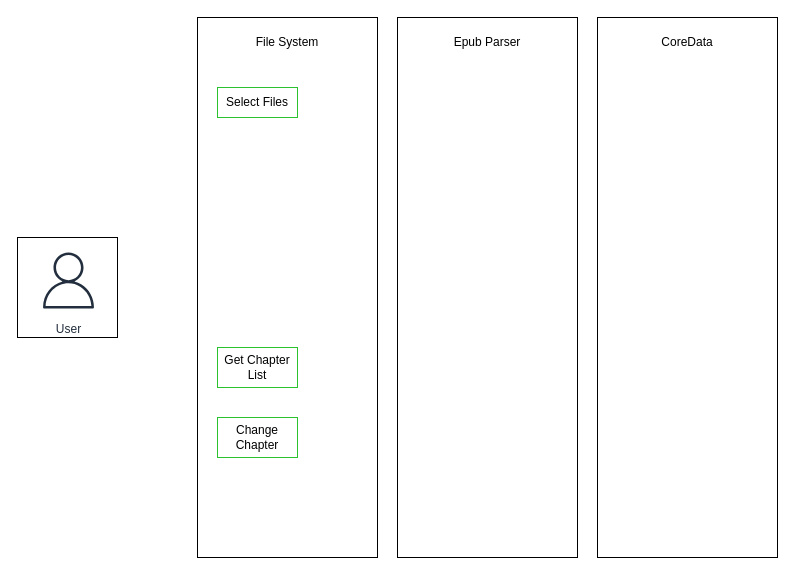
This is BookHarbourTechnicalArchitecture.drawio from gasawase/BookHarbour, a draw.io file, before an edit. Source tidied: cells renumbered, new cells numbered last; positions are measured from the earlier drawing's top-left corner, leaving out a move shared by most shapes. Both pictures are drawn from the tidied source at 100%, with x=0, y=0 at pixel (17, 27).
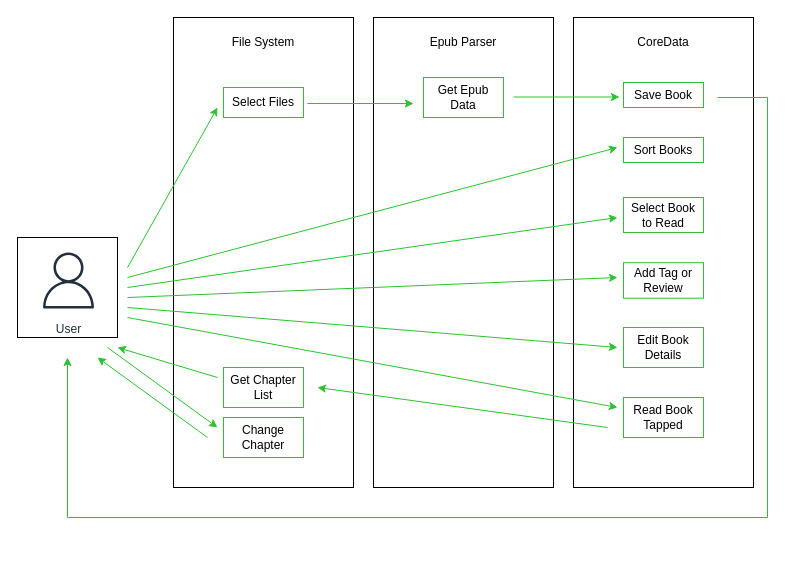
Above is the later version.

What changed in the source:
```diff
@@
     <mxCell id="4" style="rounded=0;whiteSpace=wrap;html=1;rotation=90;" parent="1" vertex="1">
-      <mxGeometry y="170" width="540" height="180" as="geometry" />
+      <mxGeometry x="11" y="135" width="470" height="180" as="geometry" />
     </mxCell>
     <mxCell id="5" style="rounded=0;whiteSpace=wrap;html=1;rotation=90;" parent="1" vertex="1">
-      <mxGeometry x="400" y="170" width="540" height="180" as="geometry" />
+      <mxGeometry x="411" y="135" width="470" height="180" as="geometry" />
     </mxCell>
     <mxCell id="6" style="rounded=0;whiteSpace=wrap;html=1;rotation=90;" parent="1" vertex="1">
-      <mxGeometry x="200" y="170" width="540" height="180" as="geometry" />
+      <mxGeometry x="211" y="135" width="470" height="180" as="geometry" />
     </mxCell>
     <mxCell id="7" value="File System" style="text;html=1;align=center;verticalAlign=middle;whiteSpace=wrap;rounded=0;" parent="1" vertex="1">
-      <mxGeometry x="220" width="100" height="30" as="geometry" />
+      <mxGeometry x="196" width="100" height="30" as="geometry" />
     </mxCell>
     <mxCell id="8" value="Epub Parser" style="text;html=1;align=center;verticalAlign=middle;whiteSpace=wrap;rounded=0;" parent="1" vertex="1">
-      <mxGeometry x="420" width="100" height="30" as="geometry" />
+      <mxGeometry x="396" width="100" height="30" as="geometry" />
     </mxCell>
     <mxCell id="9" value="CoreData" style="text;html=1;align=center;verticalAlign=middle;whiteSpace=wrap;rounded=0;" parent="1" vertex="1">
-      <mxGeometry x="620" width="100" height="30" as="geometry" />
+      <mxGeometry x="596" width="100" height="30" as="geometry" />
     </mxCell>
     <mxCell id="10" value="Select Files" style="text;strokeColor=#2BC230;fillColor=none;align=center;verticalAlign=middle;spacingLeft=4;spacingRight=4;overflow=hidden;whiteSpace=wrap;html=1;" parent="1" vertex="1">
-      <mxGeometry x="200" y="60" width="80" height="30" as="geometry" />
+      <mxGeometry x="206" y="60" width="80" height="30" as="geometry" />
     </mxCell>
     <mxCell id="11" value="Get Chapter List" style="text;strokeColor=#2BC230;fillColor=none;align=center;verticalAlign=middle;spacingLeft=4;spacingRight=4;overflow=hidden;whiteSpace=wrap;html=1;" parent="1" vertex="1">
-      <mxGeometry x="200" y="320" width="80" height="40" as="geometry" />
+      <mxGeometry x="206" y="340" width="80" height="40" as="geometry" />
     </mxCell>
     <mxCell id="12" value="Change Chapter" style="text;strokeColor=#2BC230;fillColor=none;align=center;verticalAlign=middle;spacingLeft=4;spacingRight=4;overflow=hidden;whiteSpace=wrap;html=1;" parent="1" vertex="1">
-      <mxGeometry x="200" y="390" width="80" height="40" as="geometry" />
+      <mxGeometry x="206" y="390" width="80" height="40" as="geometry" />
     </mxCell>
+    <mxCell id="13" value="Get Epub Data" style="text;strokeColor=#2BC230;fillColor=none;align=center;verticalAlign=middle;spacingLeft=4;spacingRight=4;overflow=hidden;whiteSpace=wrap;html=1;" parent="1" vertex="1">
+      <mxGeometry x="406" y="50" width="80" height="40" as="geometry" />
+    </mxCell>
+    <mxCell id="14" value="Save Book" style="text;strokeColor=#2BC230;fillColor=none;align=center;verticalAlign=middle;spacingLeft=4;spacingRight=4;overflow=hidden;whiteSpace=wrap;html=1;" parent="1" vertex="1">
+      <mxGeometry x="606" y="55" width="80" height="25" as="geometry" />
+    </mxCell>
+    <mxCell id="15" value="Sort Books" style="text;strokeColor=#2BC230;fillColor=none;align=center;verticalAlign=middle;spacingLeft=4;spacingRight=4;overflow=hidden;whiteSpace=wrap;html=1;" parent="1" vertex="1">
+      <mxGeometry x="606" y="110" width="80" height="25" as="geometry" />
+    </mxCell>
+    <mxCell id="16" value="Select Book to Read" style="text;strokeColor=#2BC230;fillColor=none;align=center;verticalAlign=middle;spacingLeft=4;spacingRight=4;overflow=hidden;whiteSpace=wrap;html=1;" parent="1" vertex="1">
+      <mxGeometry x="606" y="170" width="80" height="35" as="geometry" />
+    </mxCell>
+    <mxCell id="17" value="Add Tag or Review" style="text;strokeColor=#2BC230;fillColor=none;align=center;verticalAlign=middle;spacingLeft=4;spacingRight=4;overflow=hidden;whiteSpace=wrap;html=1;" parent="1" vertex="1">
+      <mxGeometry x="606" y="235.2" width="80" height="35.5" as="geometry" />
+    </mxCell>
+    <mxCell id="18" value="Edit Book Details" style="text;strokeColor=#2BC230;fillColor=none;align=center;verticalAlign=middle;spacingLeft=4;spacingRight=4;overflow=hidden;whiteSpace=wrap;html=1;" parent="1" vertex="1">
+      <mxGeometry x="606" y="300" width="80" height="40" as="geometry" />
+    </mxCell>
+    <mxCell id="19" value="Read Book Tapped" style="text;strokeColor=#2BC230;fillColor=none;align=center;verticalAlign=middle;spacingLeft=4;spacingRight=4;overflow=hidden;whiteSpace=wrap;html=1;" parent="1" vertex="1">
+      <mxGeometry x="606" y="370" width="80" height="40" as="geometry" />
+    </mxCell>
+    <mxCell id="20" style="endArrow=classic;html=1;rounded=0;strokeColor=#2BC230;" parent="1" edge="1">
+      <mxGeometry relative="1" as="geometry">
+        <mxPoint x="110" y="240" as="sourcePoint" />
+        <mxPoint x="200" y="80" as="targetPoint" />
+      </mxGeometry>
+    </mxCell>
+    <mxCell id="21" style="endArrow=classic;html=1;rounded=0;strokeColor=#2BC230;" parent="1" edge="1">
+      <mxGeometry relative="1" as="geometry">
+        <mxPoint x="290" y="76" as="sourcePoint" />
+        <mxPoint x="396" y="76" as="targetPoint" />
+      </mxGeometry>
+    </mxCell>
+    <mxCell id="22" style="endArrow=classic;html=1;rounded=0;strokeColor=#2BC230;" parent="1" edge="1">
+      <mxGeometry relative="1" as="geometry">
+        <mxPoint x="496" y="69.5" as="sourcePoint" />
+        <mxPoint x="602" y="69.5" as="targetPoint" />
+      </mxGeometry>
+    </mxCell>
+    <mxCell id="23" style="endArrow=classic;html=1;rounded=0;strokeColor=#2BC230;" parent="1" edge="1">
+      <mxGeometry relative="1" as="geometry">
+        <mxPoint x="700" y="70" as="sourcePoint" />
+        <mxPoint x="50" y="330" as="targetPoint" />
+        <Array as="points">
+          <mxPoint x="750" y="70" />
+          <mxPoint x="750" y="490" />
+          <mxPoint x="50" y="490" />
+        </Array>
+      </mxGeometry>
+    </mxCell>
+    <mxCell id="24" style="endArrow=classic;html=1;rounded=0;strokeColor=#2BC230;" parent="1" edge="1">
+      <mxGeometry relative="1" as="geometry">
+        <mxPoint x="110" y="250" as="sourcePoint" />
+        <mxPoint x="600" y="120" as="targetPoint" />
+      </mxGeometry>
+    </mxCell>
+    <mxCell id="25" style="endArrow=classic;html=1;rounded=0;strokeColor=#2BC230;" parent="1" edge="1">
+      <mxGeometry relative="1" as="geometry">
+        <mxPoint x="110" y="260" as="sourcePoint" />
+        <mxPoint x="600" y="190" as="targetPoint" />
+      </mxGeometry>
+    </mxCell>
+    <mxCell id="26" style="endArrow=classic;html=1;rounded=0;strokeColor=#2BC230;" parent="1" edge="1">
+      <mxGeometry relative="1" as="geometry">
+        <mxPoint x="110" y="270" as="sourcePoint" />
+        <mxPoint x="600" y="250" as="targetPoint" />
+      </mxGeometry>
+    </mxCell>
+    <mxCell id="27" style="endArrow=classic;html=1;rounded=0;strokeColor=#2BC230;" parent="1" edge="1">
+      <mxGeometry relative="1" as="geometry">
+        <mxPoint x="110" y="280" as="sourcePoint" />
+        <mxPoint x="600" y="320" as="targetPoint" />
+      </mxGeometry>
+    </mxCell>
+    <mxCell id="28" style="endArrow=classic;html=1;rounded=0;strokeColor=#2BC230;" parent="1" edge="1">
+      <mxGeometry relative="1" as="geometry">
+        <mxPoint x="110" y="290" as="sourcePoint" />
+        <mxPoint x="600" y="380" as="targetPoint" />
+      </mxGeometry>
+    </mxCell>
+    <mxCell id="29" style="endArrow=classic;html=1;rounded=0;strokeColor=#2BC230;" parent="1" edge="1">
+      <mxGeometry relative="1" as="geometry">
+        <mxPoint x="590" y="400" as="sourcePoint" />
+        <mxPoint x="300" y="360" as="targetPoint" />
+      </mxGeometry>
+    </mxCell>
+    <mxCell id="30" style="endArrow=classic;html=1;rounded=0;strokeColor=#2BC230;" parent="1" edge="1">
+      <mxGeometry relative="1" as="geometry">
+        <mxPoint x="200" y="350" as="sourcePoint" />
+        <mxPoint x="100" y="320" as="targetPoint" />
+      </mxGeometry>
+    </mxCell>
+    <mxCell id="31" style="endArrow=classic;html=1;rounded=0;strokeColor=#2BC230;" parent="1" edge="1">
+      <mxGeometry relative="1" as="geometry">
+        <mxPoint x="90" y="320" as="sourcePoint" />
+        <mxPoint x="200" y="400" as="targetPoint" />
+      </mxGeometry>
+    </mxCell>
+    <mxCell id="32" style="endArrow=classic;html=1;rounded=0;strokeColor=#2BC230;" parent="1" edge="1">
+      <mxGeometry relative="1" as="geometry">
+        <mxPoint x="190" y="410" as="sourcePoint" />
+        <mxPoint x="80" y="330" as="targetPoint" />
+      </mxGeometry>
+    </mxCell>
```
